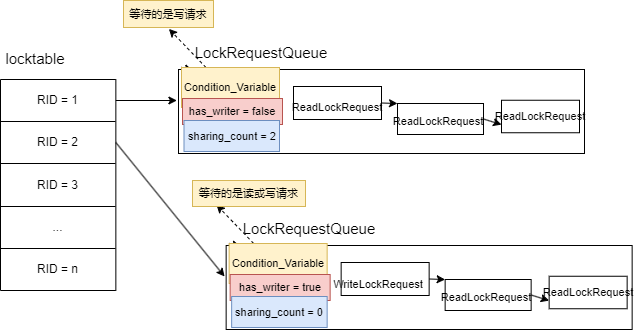
The draw.io diagram CMU15445/concurrency_control.drawio.png in SixPlusAndTimes/drawio, before a commit. Source tidied: cells renumbered, new cells last; positions are measured from the earlier drawing's top-left corner, leaving out a move shared by most shapes.
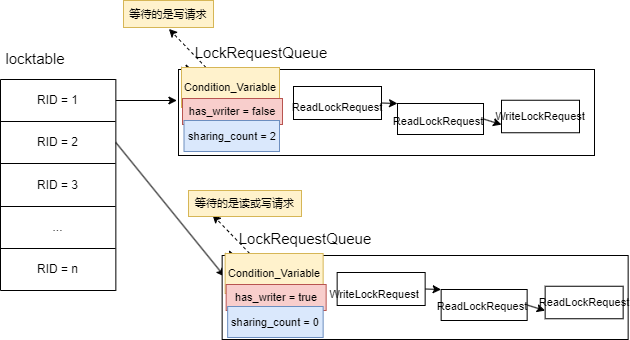
Above is the later version.

Diff of the diagram source:
```diff
@@ -44,7 +44,7 @@
       </mxGeometry>
     </mxCell>
     <mxCell id="15" style="rounded=0;whiteSpace=wrap;html=1;fontSize=15;" parent="1" vertex="1">
-      <mxGeometry x="178" y="69" width="406" height="84" as="geometry" />
+      <mxGeometry x="178" y="69" width="416" height="86" as="geometry" />
     </mxCell>
     <mxCell id="16" value="LockRequestQueue" style="text;html=1;strokeColor=none;fillColor=none;align=center;verticalAlign=middle;whiteSpace=wrap;rounded=0;fontSize=15;" parent="1" vertex="1">
       <mxGeometry x="231" y="37" width="60" height="30" as="geometry" />
@@ -90,7 +90,7 @@
     <mxCell id="29" value="&lt;span style=&quot;font-size: 11px;&quot;&gt;ReadLockRequest&lt;/span&gt;" style="text;html=1;strokeColor=none;fillColor=none;align=center;verticalAlign=middle;whiteSpace=wrap;rounded=0;fontSize=15;" parent="1" vertex="1">
       <mxGeometry x="401" y="104.8" width="74" height="27.5" as="geometry" />
     </mxCell>
-    <mxCell id="30" value="&lt;span style=&quot;font-size: 11px;&quot;&gt;ReadLockRequest&lt;/span&gt;" style="text;html=1;strokeColor=none;fillColor=none;align=center;verticalAlign=middle;whiteSpace=wrap;rounded=0;fontSize=15;" parent="1" vertex="1">
+    <mxCell id="30" value="&lt;span style=&quot;font-size: 11px;&quot;&gt;WriteLockRequest&lt;/span&gt;" style="text;html=1;strokeColor=none;fillColor=none;align=center;verticalAlign=middle;whiteSpace=wrap;rounded=0;fontSize=15;" parent="1" vertex="1">
       <mxGeometry x="503" y="99.8" width="74" height="27.5" as="geometry" />
     </mxCell>
     <mxCell id="31" value="等待的是写请求" style="rounded=0;whiteSpace=wrap;html=1;fontSize=11;fillColor=#fff2cc;strokeColor=#d6b656;" parent="1" vertex="1">
@@ -102,57 +102,57 @@
       </mxGeometry>
     </mxCell>
     <mxCell id="33" style="rounded=0;whiteSpace=wrap;html=1;fontSize=15;" parent="1" vertex="1">
-      <mxGeometry x="225.6" y="245" width="406" height="84" as="geometry" />
+      <mxGeometry x="221.6" y="255" width="406" height="84" as="geometry" />
     </mxCell>
     <mxCell id="34" value="LockRequestQueue" style="text;html=1;strokeColor=none;fillColor=none;align=center;verticalAlign=middle;whiteSpace=wrap;rounded=0;fontSize=15;" parent="1" vertex="1">
-      <mxGeometry x="278.6" y="213" width="60" height="30" as="geometry" />
+      <mxGeometry x="274.6" y="223" width="60" height="30" as="geometry" />
     </mxCell>
     <mxCell id="35" style="rounded=0;jettySize=auto;html=1;exitX=1;exitY=0.5;exitDx=0;exitDy=0;entryX=0;entryY=0;entryDx=0;entryDy=0;fontSize=11;" parent="1" edge="1" source="36" target="39">
       <mxGeometry relative="1" as="geometry" />
     </mxCell>
     <mxCell id="36" style="rounded=0;whiteSpace=wrap;html=1;fontSize=15;" parent="1" vertex="1">
-      <mxGeometry x="340.6" y="262" width="88" height="33" as="geometry" />
+      <mxGeometry x="336.6" y="272" width="88" height="33" as="geometry" />
     </mxCell>
     <mxCell id="37" value="&lt;font style=&quot;font-size: 11px;&quot;&gt;WriteLockRequest&lt;/font&gt;" style="text;html=1;strokeColor=none;fillColor=none;align=center;verticalAlign=middle;whiteSpace=wrap;rounded=0;fontSize=15;" parent="1" vertex="1">
-      <mxGeometry x="340.6" y="268.5" width="74" height="27.5" as="geometry" />
+      <mxGeometry x="336.6" y="278.5" width="74" height="27.5" as="geometry" />
     </mxCell>
     <mxCell id="38" style="edgeStyle=none;rounded=0;jettySize=auto;html=1;exitX=1;exitY=0.5;exitDx=0;exitDy=0;entryX=0;entryY=0.75;entryDx=0;entryDy=0;fontSize=11;" parent="1" edge="1" source="39" target="40">
       <mxGeometry relative="1" as="geometry" />
     </mxCell>
     <mxCell id="39" style="rounded=0;whiteSpace=wrap;html=1;fontSize=15;" parent="1" vertex="1">
-      <mxGeometry x="444.6" y="279" width="86" height="31" as="geometry" />
+      <mxGeometry x="440.6" y="289" width="86" height="31" as="geometry" />
     </mxCell>
     <mxCell id="40" style="rounded=0;whiteSpace=wrap;html=1;fontSize=15;" parent="1" vertex="1">
-      <mxGeometry x="548.6" y="275.8" width="78" height="32.5" as="geometry" />
+      <mxGeometry x="544.6" y="285.8" width="78" height="32.5" as="geometry" />
     </mxCell>
     <mxCell id="41" style="edgeStyle=none;rounded=0;jettySize=auto;html=1;exitX=0;exitY=0;exitDx=0;exitDy=0;entryX=0.035;entryY=0.012;entryDx=0;entryDy=0;entryPerimeter=0;fontSize=11;" parent="1" edge="1" source="43" target="33">
       <mxGeometry relative="1" as="geometry" />
     </mxCell>
     <mxCell id="42" style="edgeStyle=none;rounded=0;jettySize=auto;html=1;exitX=0.25;exitY=0;exitDx=0;exitDy=0;dashed=1;fontSize=11;" parent="1" edge="1" source="43">
       <mxGeometry relative="1" as="geometry">
-        <mxPoint x="216.1" y="204.4" as="targetPoint" />
+        <mxPoint x="212.1" y="214.4" as="targetPoint" />
       </mxGeometry>
     </mxCell>
     <mxCell id="43" value="Condition_Variable" style="text;html=1;strokeColor=#d6b656;fillColor=#fff2cc;align=center;verticalAlign=middle;whiteSpace=wrap;rounded=0;fontSize=11;" parent="1" vertex="1">
-      <mxGeometry x="228.6" y="243" width="98" height="40" as="geometry" />
+      <mxGeometry x="224.6" y="253" width="98" height="40" as="geometry" />
     </mxCell>
     <mxCell id="44" value="has_writer = true" style="text;html=1;strokeColor=#b85450;fillColor=#f8cecc;align=center;verticalAlign=middle;whiteSpace=wrap;rounded=0;fontSize=11;" parent="1" vertex="1">
-      <mxGeometry x="229.6" y="274" width="100" height="26" as="geometry" />
+      <mxGeometry x="225.6" y="284" width="100" height="26" as="geometry" />
     </mxCell>
     <mxCell id="45" value="sharing_count = 0" style="text;html=1;strokeColor=#6c8ebf;fillColor=#dae8fc;align=center;verticalAlign=middle;whiteSpace=wrap;rounded=0;fontSize=11;" parent="1" vertex="1">
-      <mxGeometry x="231.1" y="296" width="95.5" height="31" as="geometry" />
+      <mxGeometry x="227.1" y="306" width="95.5" height="31" as="geometry" />
     </mxCell>
     <mxCell id="46" style="edgeStyle=none;rounded=0;orthogonalLoop=1;jettySize=auto;html=1;exitX=1;exitY=0.75;exitDx=0;exitDy=0;fontSize=11;" parent="1" edge="1" source="39" target="39">
       <mxGeometry relative="1" as="geometry" />
     </mxCell>
     <mxCell id="47" value="&lt;span style=&quot;font-size: 11px;&quot;&gt;ReadLockRequest&lt;/span&gt;" style="text;html=1;strokeColor=none;fillColor=none;align=center;verticalAlign=middle;whiteSpace=wrap;rounded=0;fontSize=15;" parent="1" vertex="1">
-      <mxGeometry x="448.6" y="280.8" width="74" height="27.5" as="geometry" />
+      <mxGeometry x="444.6" y="289" width="74" height="29.2" as="geometry" />
     </mxCell>
     <mxCell id="48" value="&lt;span style=&quot;font-size: 11px;&quot;&gt;ReadLockRequest&lt;/span&gt;" style="text;html=1;strokeColor=none;fillColor=none;align=center;verticalAlign=middle;whiteSpace=wrap;rounded=0;fontSize=15;" parent="1" vertex="1">
-      <mxGeometry x="550.6" y="275.8" width="74" height="27.5" as="geometry" />
+      <mxGeometry x="546.6" y="285.8" width="74" height="27.5" as="geometry" />
     </mxCell>
     <mxCell id="49" value="等待的是读或写请求" style="rounded=0;whiteSpace=wrap;html=1;fontSize=11;fillColor=#fff2cc;strokeColor=#d6b656;" parent="1" vertex="1">
-      <mxGeometry x="192" y="180" width="113" height="26" as="geometry" />
+      <mxGeometry x="188" y="190" width="113" height="26" as="geometry" />
     </mxCell>
   </root>
 </mxGraphModel>
```
